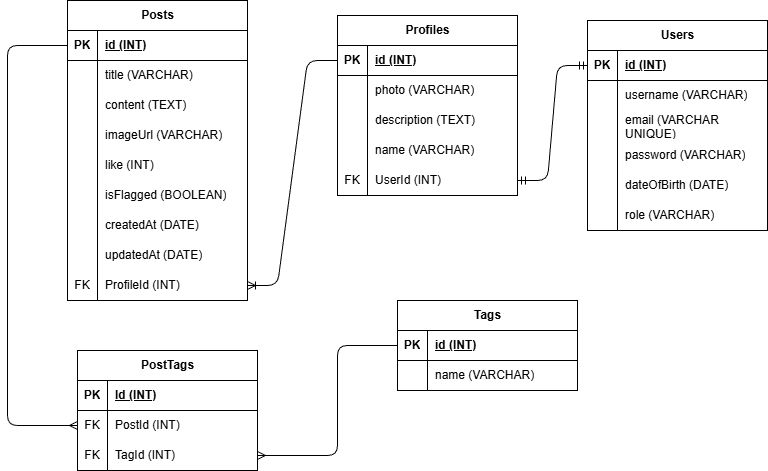
Earlier version of the draw.io export erd.drawio.png (fauzanr23/Pair-Project-Social-Media). Source tidied: cells renumbered, new cells last; positions are measured from the earlier drawing's top-left corner, leaving out a move shared by most shapes.
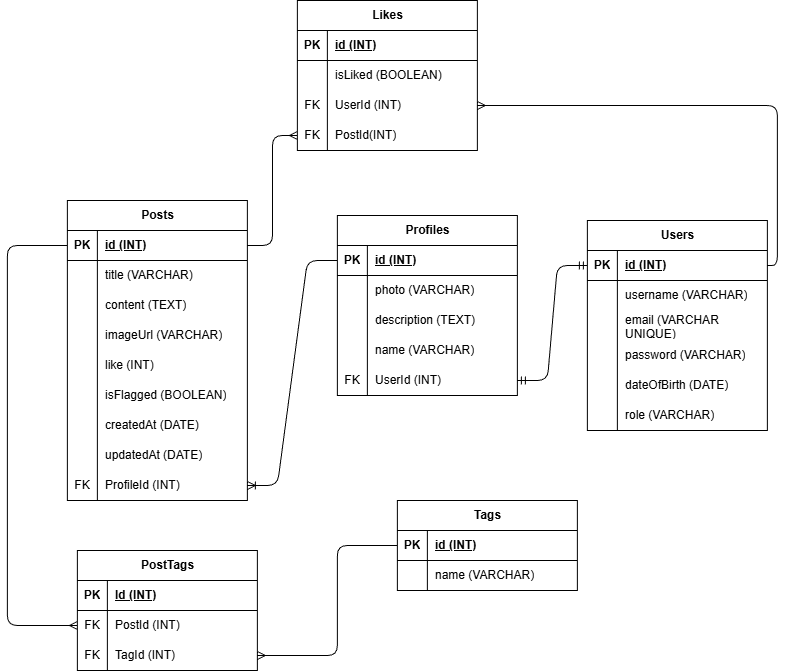
Later version of the same file.

What changed in the source:
```diff
@@ -264,5 +264,50 @@
     <mxCell id="85" style="edgeStyle=entityRelationEdgeStyle;fontSize=12;html=1;endArrow=ERmandOne;startArrow=ERmandOne;exitX=0;exitY=0.5;exitDx=0;exitDy=0;entryX=1;entryY=0.5;entryDx=0;entryDy=0;" parent="1" edge="1" source="3" target="34">
       <mxGeometry relative="1" as="geometry" />
     </mxCell>
+    <mxCell id="86" value="Likes" style="shape=table;startSize=30;rowLines=0;fontStyle=1;align=center;html=1;" parent="1" vertex="1">
+      <mxGeometry x="290" y="-200" width="180" height="150" as="geometry" />
+    </mxCell>
+    <mxCell id="87" style="shape=tableRow;horizontal=0;startSize=0;swimlaneHead=0;swimlaneBody=0;fillColor=none;top=0;left=0;right=0;bottom=1;" parent="86" vertex="1">
+      <mxGeometry y="30" width="180" height="30" as="geometry" />
+    </mxCell>
+    <mxCell id="88" value="PK" style="shape=partialRectangle;fillColor=none;top=0;left=0;bottom=0;right=0;fontStyle=1;overflow=hidden;whiteSpace=wrap;html=1;" parent="87" vertex="1">
+      <mxGeometry width="30" height="30" as="geometry" />
+    </mxCell>
+    <mxCell id="89" value="id (INT)" style="shape=partialRectangle;fillColor=none;top=0;left=0;bottom=0;right=0;align=left;spacingLeft=6;fontStyle=5;overflow=hidden;whiteSpace=wrap;html=1;" parent="87" vertex="1">
+      <mxGeometry x="30" width="150" height="30" as="geometry" />
+    </mxCell>
+    <mxCell id="90" style="shape=tableRow;horizontal=0;startSize=0;swimlaneHead=0;swimlaneBody=0;fillColor=none;top=0;left=0;right=0;bottom=0;" parent="86" vertex="1">
+      <mxGeometry y="60" width="180" height="30" as="geometry" />
+    </mxCell>
+    <mxCell id="91" style="shape=partialRectangle;fillColor=none;top=0;left=0;bottom=0;right=0;overflow=hidden;whiteSpace=wrap;html=1;" parent="90" vertex="1">
+      <mxGeometry width="30" height="30" as="geometry" />
+    </mxCell>
+    <mxCell id="92" value="isLiked (BOOLEAN)" style="shape=partialRectangle;fillColor=none;top=0;left=0;bottom=0;right=0;align=left;spacingLeft=6;overflow=hidden;whiteSpace=wrap;html=1;" parent="90" vertex="1">
+      <mxGeometry x="30" width="150" height="30" as="geometry" />
+    </mxCell>
+    <mxCell id="93" style="shape=tableRow;horizontal=0;startSize=0;swimlaneHead=0;swimlaneBody=0;fillColor=none;points=[[0,0.5],[1,0.5]];portConstraint=eastwest;top=0;left=0;right=0;bottom=0;" parent="86" vertex="1">
+      <mxGeometry y="90" width="180" height="30" as="geometry" />
+    </mxCell>
+    <mxCell id="94" value="FK" style="shape=partialRectangle;fillColor=none;top=0;left=0;bottom=0;right=0;overflow=hidden;whiteSpace=wrap;html=1;" parent="93" vertex="1">
+      <mxGeometry width="30" height="30" as="geometry" />
+    </mxCell>
+    <mxCell id="95" value="UserId (INT)" style="shape=partialRectangle;fillColor=none;top=0;left=0;bottom=0;right=0;align=left;spacingLeft=6;overflow=hidden;whiteSpace=wrap;html=1;" parent="93" vertex="1">
+      <mxGeometry x="30" width="150" height="30" as="geometry" />
+    </mxCell>
+    <mxCell id="96" style="shape=tableRow;horizontal=0;startSize=0;swimlaneHead=0;swimlaneBody=0;fillColor=none;points=[[0,0.5],[1,0.5]];portConstraint=eastwest;top=0;left=0;right=0;bottom=0;" parent="86" vertex="1">
+      <mxGeometry y="120" width="180" height="30" as="geometry" />
+    </mxCell>
+    <mxCell id="97" value="FK" style="shape=partialRectangle;fillColor=none;top=0;left=0;bottom=0;right=0;overflow=hidden;whiteSpace=wrap;html=1;" parent="96" vertex="1">
+      <mxGeometry width="30" height="30" as="geometry" />
+    </mxCell>
+    <mxCell id="98" value="PostId(INT)" style="shape=partialRectangle;fillColor=none;top=0;left=0;bottom=0;right=0;align=left;spacingLeft=6;overflow=hidden;whiteSpace=wrap;html=1;" parent="96" vertex="1">
+      <mxGeometry x="30" width="150" height="30" as="geometry" />
+    </mxCell>
+    <mxCell id="99" style="edgeStyle=orthogonalEdgeStyle;fontSize=12;html=1;endArrow=ERmany;entryX=0;entryY=0.5;entryDx=0;entryDy=0;exitX=1;exitY=0.5;exitDx=0;exitDy=0;" parent="1" edge="1" source="38" target="96">
+      <mxGeometry relative="1" as="geometry" />
+    </mxCell>
+    <mxCell id="100" style="edgeStyle=orthogonalEdgeStyle;fontSize=12;html=1;endArrow=ERmany;exitX=1;exitY=0.5;exitDx=0;exitDy=0;" parent="1" edge="1" source="3" target="93">
+      <mxGeometry relative="1" as="geometry" />
+    </mxCell>
   </root>
 </mxGraphModel>
```
